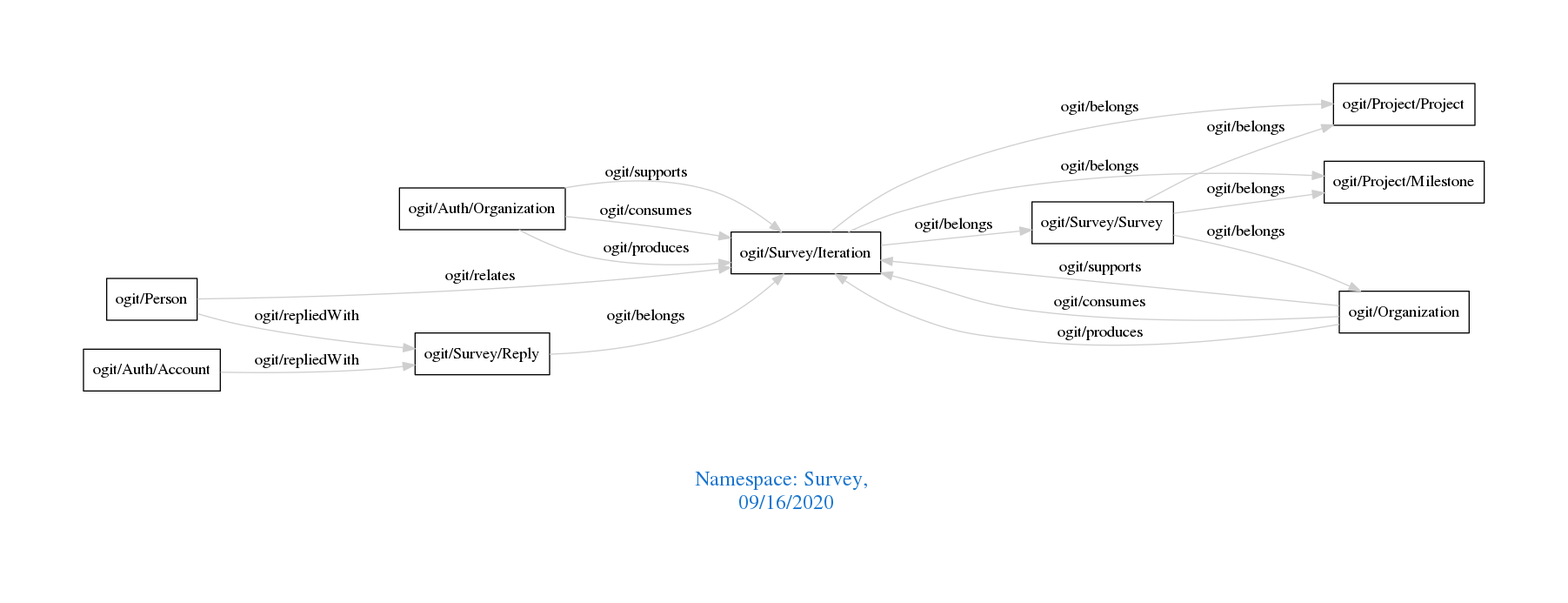
Earlier version of the Graphviz export downloads/Survey.png (arago/OGIT). Its source is kept beside it as downloads/Survey.dot.
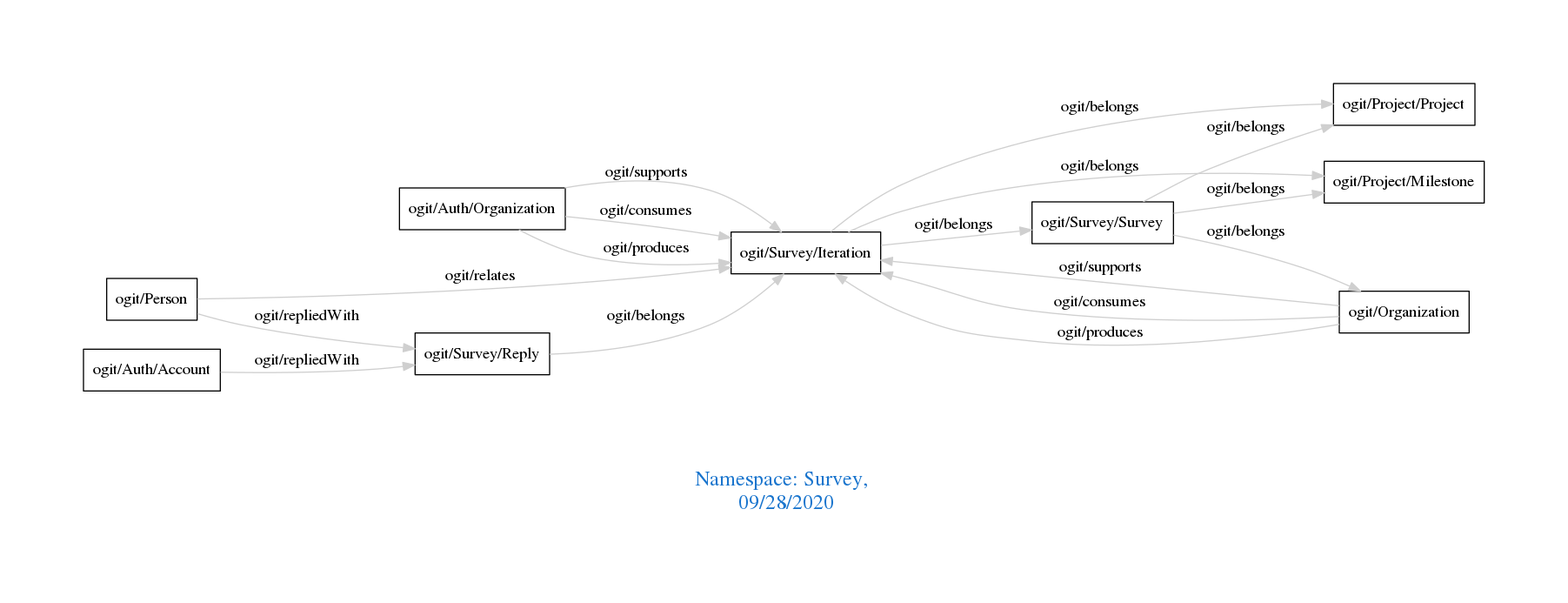
Later version of the same file.

What changed in the source:
```diff
@@ -1,7 +1,7 @@
 digraph OGIT_ontology {
  graph [ rankdir= LR,pad=1
 fontsize = 18,
-fontcolor= dodgerblue3,label = "\n\n\nNamespace: Survey, \n 09/16/2020"];
+fontcolor= dodgerblue3,label = "\n\n\nNamespace: Survey, \n 09/28/2020"];
 node[shape=polygon];
 edge [  color="gray81"];
 
```
